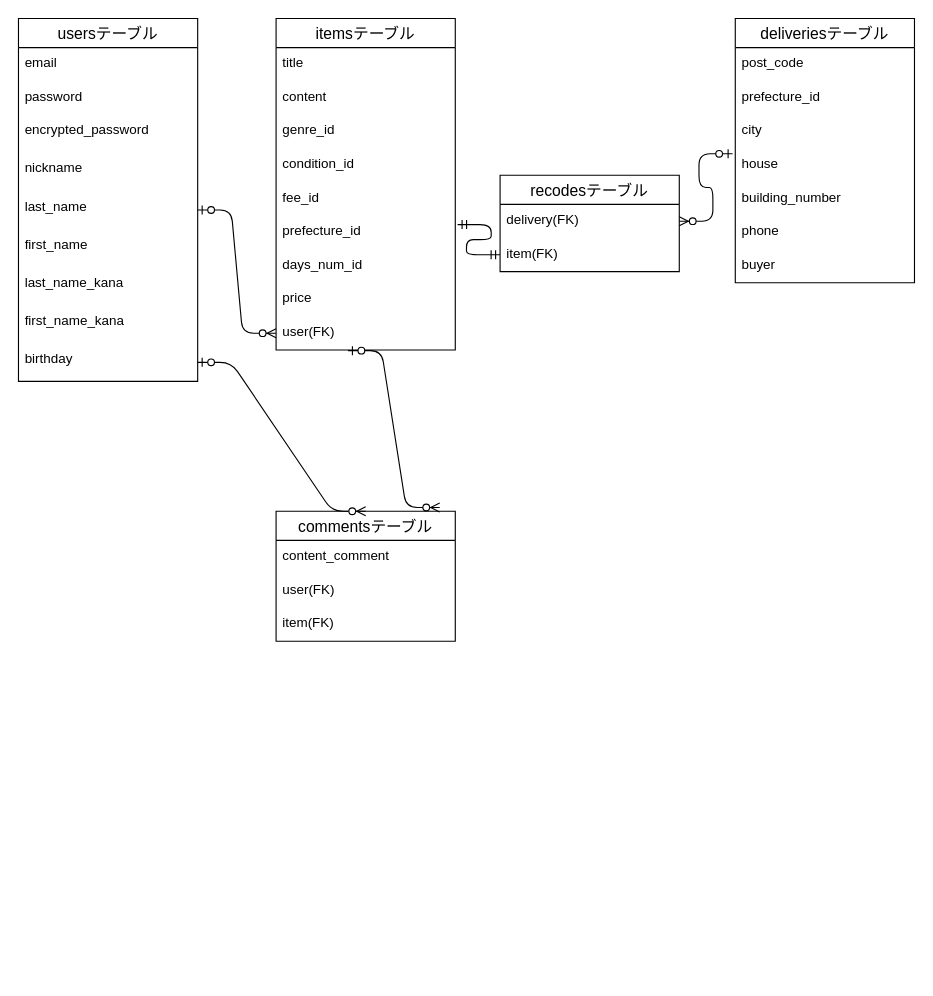
RitsukoOishi/furima-37549 keeps this draw.io diagram as ER.dio. Above is the earlier version. Source tidied: cells renumbered, new cells numbered last; positions are measured from the earlier drawing's top-left corner, leaving out a move shared by most shapes. Both pictures are drawn from the tidied source at 112%, with x=0, y=0 at pixel (18, 18).
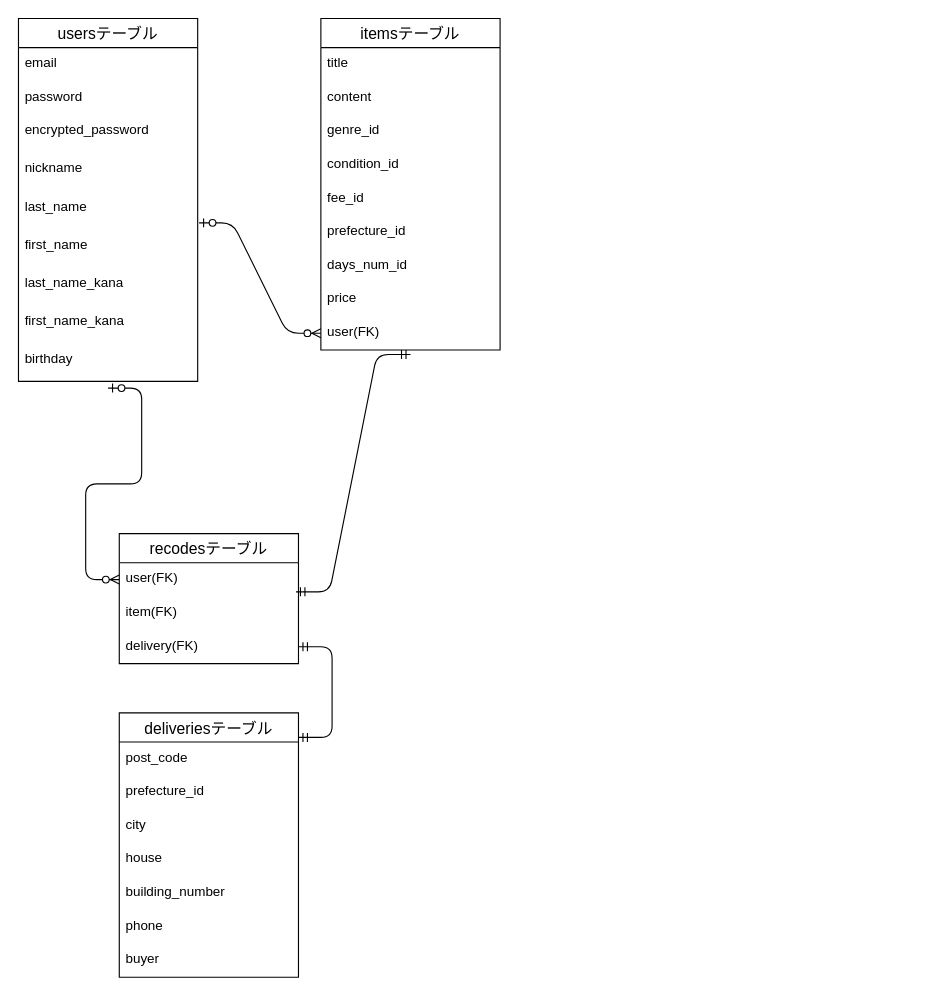
Above is the later version.

Unchanged cells that the change refers to:
```xml
<mxCell id="7" value="last_name" style="text;strokeColor=none;fillColor=none;spacingLeft=4;spacingRight=4;overflow=hidden;points=[[0,0.5],[1,0.5]];portConstraint=eastwest;fontSize=12;" parent="2" vertex="1">
  <mxGeometry y="154" width="160" height="34" as="geometry" />
</mxCell>
<mxCell id="11" value="birthday" style="text;strokeColor=none;fillColor=none;spacingLeft=4;spacingRight=4;overflow=hidden;points=[[0,0.5],[1,0.5]];portConstraint=eastwest;fontSize=12;" parent="2" vertex="1">
  <mxGeometry y="290" width="160" height="34" as="geometry" />
</mxCell>
<mxCell id="18" value="prefecture_id" style="text;strokeColor=none;fillColor=none;spacingLeft=4;spacingRight=4;overflow=hidden;points=[[0,0.5],[1,0.5]];portConstraint=eastwest;fontSize=12;" parent="12" vertex="1">
  <mxGeometry y="176" width="160" height="30" as="geometry" />
</mxCell>
<mxCell id="21" value="user(FK)" style="text;strokeColor=none;fillColor=none;spacingLeft=4;spacingRight=4;overflow=hidden;points=[[0,0.5],[1,0.5]];portConstraint=eastwest;fontSize=12;" parent="12" vertex="1">
  <mxGeometry y="266" width="160" height="30" as="geometry" />
</mxCell>
<mxCell id="33" value="house" style="text;strokeColor=none;fillColor=none;spacingLeft=4;spacingRight=4;overflow=hidden;points=[[0,0.5],[1,0.5]];portConstraint=eastwest;fontSize=12;" parent="29" vertex="1">
  <mxGeometry y="116" width="160" height="30" as="geometry" />
</mxCell>
```

Diff of the diagram source:
```diff
@@
     <mxCell id="12" value="itemsテーブル" style="swimlane;fontStyle=0;horizontal=1;startSize=26;align=center;fontSize=14;" parent="1" vertex="1">
-      <mxGeometry x="230" width="160" height="296" as="geometry" />
+      <mxGeometry x="270" width="160" height="296" as="geometry" />
     </mxCell>
@@
-    <mxCell id="22" style="edgeStyle=entityRelationEdgeStyle;fontSize=12;html=1;endArrow=ERzeroToMany;startArrow=ERzeroToOne;exitX=1;exitY=0.5;exitDx=0;exitDy=0;entryX=0;entryY=0.5;entryDx=0;entryDy=0;" parent="1" edge="1" source="7" target="21">
+    <mxCell id="22" style="edgeStyle=entityRelationEdgeStyle;fontSize=12;html=1;endArrow=ERzeroToMany;startArrow=ERzeroToOne;exitX=1.008;exitY=0.838;exitDx=0;exitDy=0;entryX=0;entryY=0.5;entryDx=0;entryDy=0;exitPerimeter=0;" parent="1" edge="1" source="7" target="21">
       <mxGeometry relative="1" as="geometry" />
     </mxCell>
-    <mxCell id="23" value="commentsテーブル" style="swimlane;fontStyle=0;horizontal=1;startSize=26;align=center;fontSize=14;" parent="1" vertex="1">
-      <mxGeometry x="230" y="440" width="160" height="116" as="geometry" />
-    </mxCell>
-    <mxCell id="24" value="content_comment" style="text;strokeColor=none;fillColor=none;spacingLeft=4;spacingRight=4;overflow=hidden;fontSize=12;" parent="23" vertex="1">
-      <mxGeometry y="26" width="160" height="30" as="geometry" />
-    </mxCell>
-    <mxCell id="25" value="user(FK)" style="text;strokeColor=none;fillColor=none;spacingLeft=4;spacingRight=4;overflow=hidden;points=[[0,0.5],[1,0.5]];portConstraint=eastwest;fontSize=12;" parent="23" vertex="1">
-      <mxGeometry y="56" width="160" height="30" as="geometry" />
-    </mxCell>
-    <mxCell id="26" value="item(FK)" style="text;strokeColor=none;fillColor=none;spacingLeft=4;spacingRight=4;overflow=hidden;fontSize=12;" parent="23" vertex="1">
-      <mxGeometry y="86" width="160" height="30" as="geometry" />
-    </mxCell>
-    <mxCell id="27" style="edgeStyle=entityRelationEdgeStyle;fontSize=12;html=1;endArrow=ERzeroToMany;startArrow=ERzeroToOne;exitX=0.401;exitY=1.02;exitDx=0;exitDy=0;entryX=0.913;entryY=-0.029;entryDx=0;entryDy=0;exitPerimeter=0;entryPerimeter=0;" parent="1" edge="1" source="21" target="23">
-      <mxGeometry relative="1" as="geometry" />
-    </mxCell>
-    <mxCell id="28" style="edgeStyle=entityRelationEdgeStyle;fontSize=12;html=1;endArrow=ERzeroToMany;startArrow=ERzeroToOne;entryX=0.5;entryY=0;entryDx=0;entryDy=0;exitX=1;exitY=0.5;exitDx=0;exitDy=0;" parent="1" edge="1" source="11" target="23">
-      <mxGeometry relative="1" as="geometry" />
-    </mxCell>
     <mxCell id="29" value="deliveriesテーブル" style="swimlane;fontStyle=0;horizontal=1;startSize=26;align=center;fontSize=14;" parent="1" vertex="1">
-      <mxGeometry x="640" width="160" height="236" as="geometry" />
+      <mxGeometry x="90" y="620" width="160" height="236" as="geometry" />
     </mxCell>
@@
     <mxCell id="37" value="recodesテーブル" style="swimlane;fontStyle=0;horizontal=1;startSize=26;align=center;fontSize=14;" parent="1" vertex="1">
-      <mxGeometry x="430" y="140" width="160" height="86" as="geometry" />
+      <mxGeometry x="90" y="460" width="160" height="116" as="geometry" />
     </mxCell>
+    <mxCell id="25" value="user(FK)" style="text;strokeColor=none;fillColor=none;spacingLeft=4;spacingRight=4;overflow=hidden;points=[[0,0.5],[1,0.5]];portConstraint=eastwest;fontSize=12;" parent="37" vertex="1">
+      <mxGeometry y="26" width="160" height="30" as="geometry" />
+    </mxCell>
+    <mxCell id="39" value="item(FK)" style="text;strokeColor=none;fillColor=none;spacingLeft=4;spacingRight=4;overflow=hidden;points=[[0,0.5],[1,0.5]];portConstraint=eastwest;fontSize=12;" parent="37" vertex="1">
+      <mxGeometry y="56" width="160" height="30" as="geometry" />
+    </mxCell>
     <mxCell id="38" value="delivery(FK)" style="text;strokeColor=none;fillColor=none;spacingLeft=4;spacingRight=4;overflow=hidden;points=[[0,0.5],[1,0.5]];portConstraint=eastwest;fontSize=12;" parent="37" vertex="1">
-      <mxGeometry y="26" width="160" height="30" as="geometry" />
+      <mxGeometry y="86" width="160" height="30" as="geometry" />
     </mxCell>
-    <mxCell id="39" value="item(FK)" style="text;strokeColor=none;fillColor=none;spacingLeft=4;spacingRight=4;overflow=hidden;points=[[0,0.5],[1,0.5]];portConstraint=eastwest;fontSize=12;" parent="37" vertex="1">
-      <mxGeometry y="56" width="160" height="30" as="geometry" />
-    </mxCell>
-    <mxCell id="40" style="edgeStyle=entityRelationEdgeStyle;fontSize=12;html=1;endArrow=ERmandOne;startArrow=ERmandOne;exitX=1.013;exitY=0.267;exitDx=0;exitDy=0;exitPerimeter=0;entryX=0;entryY=0.5;entryDx=0;entryDy=0;" parent="1" edge="1" source="18" target="39">
-      <mxGeometry relative="1" as="geometry" />
-    </mxCell>
-    <mxCell id="41" style="edgeStyle=entityRelationEdgeStyle;fontSize=12;html=1;endArrow=ERzeroToMany;startArrow=ERzeroToOne;exitX=-0.015;exitY=0.161;exitDx=0;exitDy=0;entryX=1;entryY=0.5;entryDx=0;entryDy=0;exitPerimeter=0;" parent="1" edge="1" source="33" target="38">
-      <mxGeometry relative="1" as="geometry" />
-    </mxCell>
+    <mxCell id="42" style="edgeStyle=entityRelationEdgeStyle;fontSize=12;html=1;endArrow=ERzeroToMany;startArrow=ERzeroToOne;entryX=0;entryY=0.5;entryDx=0;entryDy=0;" parent="1" edge="1" target="25">
+      <mxGeometry relative="1" as="geometry">
+        <mxPoint x="80" y="330" as="sourcePoint" />
+      </mxGeometry>
+    </mxCell>
+    <mxCell id="43" style="edgeStyle=entityRelationEdgeStyle;fontSize=12;html=1;endArrow=ERmandOne;startArrow=ERmandOne;exitX=0.986;exitY=-0.136;exitDx=0;exitDy=0;exitPerimeter=0;" parent="1" edge="1" source="39">
+      <mxGeometry relative="1" as="geometry">
+        <mxPoint x="350" y="300" as="targetPoint" />
+      </mxGeometry>
+    </mxCell>
+    <mxCell id="44" style="edgeStyle=entityRelationEdgeStyle;fontSize=12;html=1;endArrow=ERmandOne;startArrow=ERmandOne;exitX=0.986;exitY=-0.136;exitDx=0;exitDy=0;exitPerimeter=0;entryX=1;entryY=0.5;entryDx=0;entryDy=0;" parent="1" edge="1" target="38">
+      <mxGeometry relative="1" as="geometry">
+        <mxPoint x="250" y="641.9" as="sourcePoint" />
+      </mxGeometry>
+    </mxCell>
```
